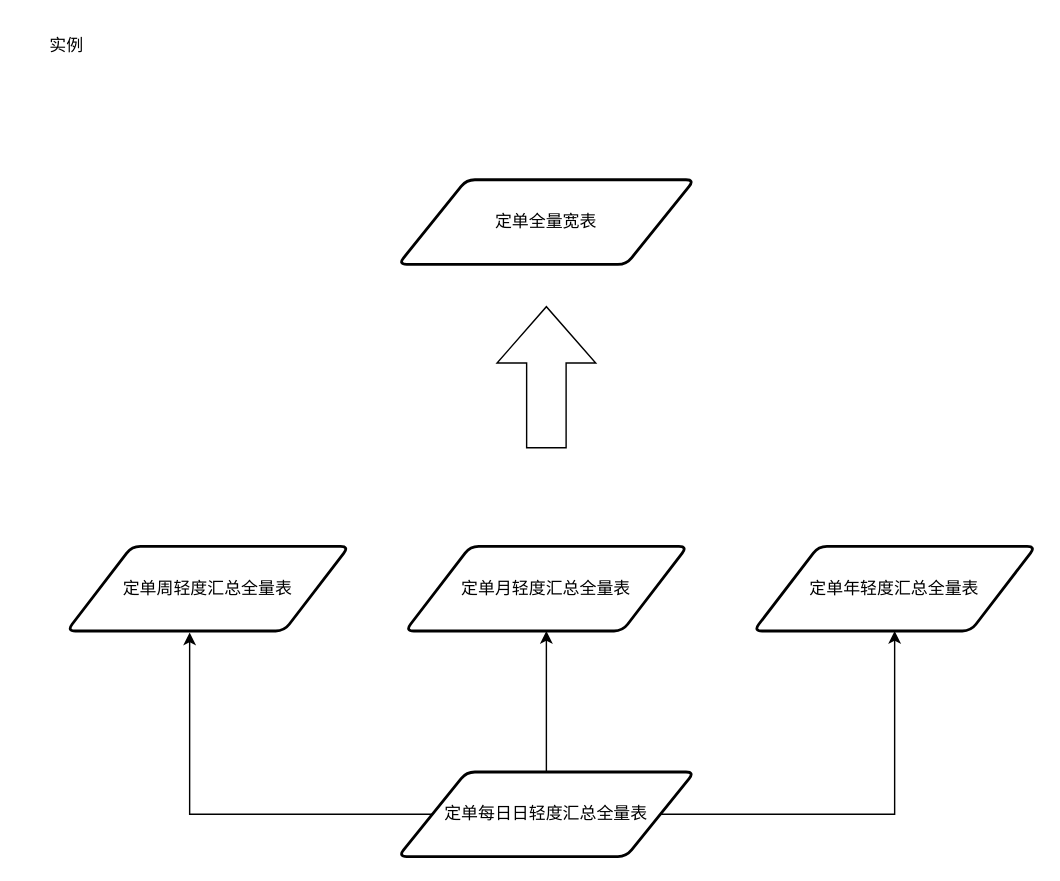
Before: 历史数据回补调度改造方案.drawio in maeleven/diagrams.net, a draw.io diagram. Source tidied: cells renumbered, new cells numbered last; positions are measured from the earlier drawing's top-left corner, leaving out a move shared by most shapes. Both pictures are drawn from the tidied source at 141%, with x=0, y=0 at pixel (24, 24).
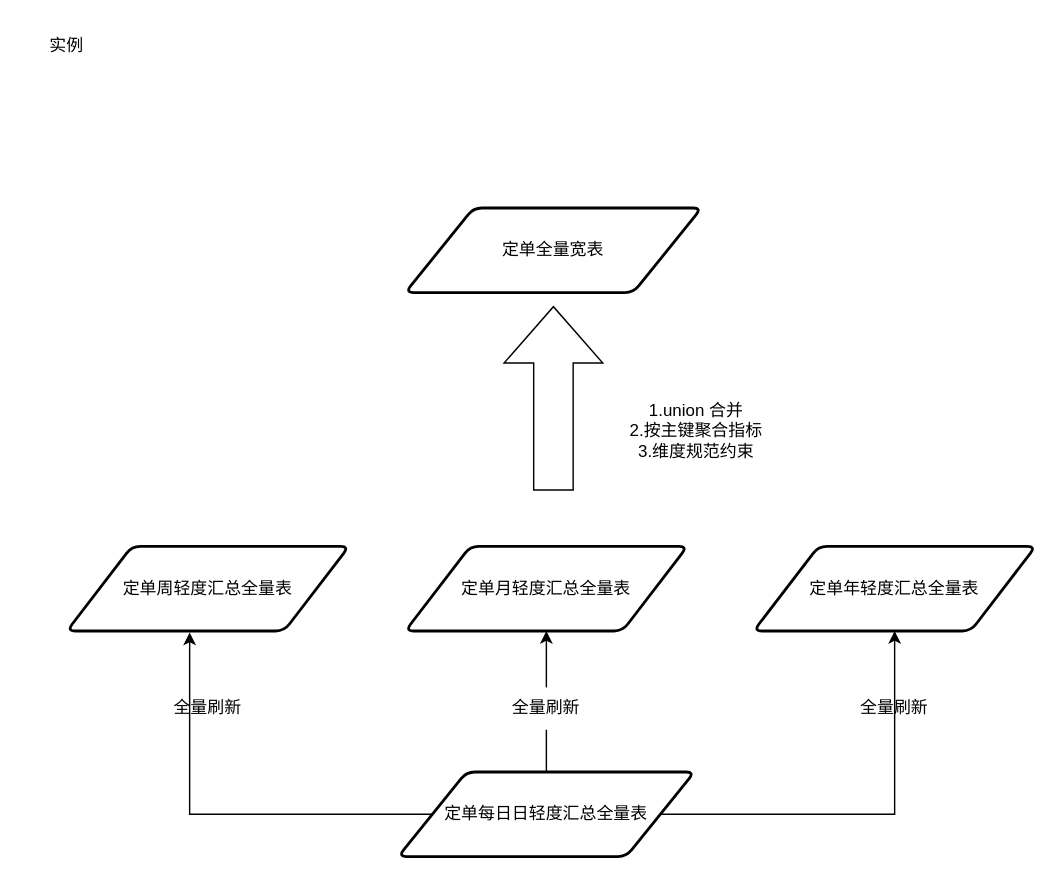
The same page after the edit.

Commit message:
更新历史数据回补调度改造方案.drawio

The edit, as a diff of the source:
```diff
@@
 <mxGraphModel>
   <root>
     <mxCell id="0" />
     <mxCell id="1" parent="0" />
     <mxCell id="2" style="edgeStyle=orthogonalEdgeStyle;rounded=0;jettySize=auto;html=1;entryX=0.435;entryY=1.017;entryDx=0;entryDy=0;entryPerimeter=0;" parent="1" edge="1" source="5" target="7">
       <mxGeometry relative="1" as="geometry" />
     </mxCell>
-    <mxCell id="3" style="edgeStyle=orthogonalEdgeStyle;rounded=0;jettySize=auto;html=1;" parent="1" edge="1" source="5" target="8">
+    <mxCell id="3" style="edgeStyle=orthogonalEdgeStyle;rounded=0;jettySize=auto;html=1;startArrow=none;" parent="1" edge="1" source="13" target="8">
       <mxGeometry relative="1" as="geometry" />
     </mxCell>
     <mxCell id="4" style="edgeStyle=orthogonalEdgeStyle;rounded=0;jettySize=auto;html=1;entryX=0.5;entryY=1;entryDx=0;entryDy=0;" parent="1" edge="1" source="5" target="9">
       <mxGeometry relative="1" as="geometry" />
     </mxCell>
     <mxCell id="5" value="定单每日日轻度汇总全量表" style="shape=parallelogram;html=1;strokeWidth=2;perimeter=parallelogramPerimeter;whiteSpace=wrap;rounded=1;arcSize=12;size=0.23;" parent="1" vertex="1">
       <mxGeometry x="265" y="530" width="210" height="60" as="geometry" />
     </mxCell>
     <mxCell id="6" value="实例" style="text;html=1;strokeColor=none;fillColor=none;align=center;verticalAlign=middle;whiteSpace=wrap;rounded=0;" parent="1" vertex="1">
       <mxGeometry width="60" height="30" as="geometry" />
     </mxCell>
     <mxCell id="7" value="定单周轻度汇总全量表" style="shape=parallelogram;html=1;strokeWidth=2;perimeter=parallelogramPerimeter;whiteSpace=wrap;rounded=1;arcSize=12;size=0.23;" parent="1" vertex="1">
       <mxGeometry x="30" y="370" width="200" height="60" as="geometry" />
     </mxCell>
     <mxCell id="8" value="定单月轻度汇总全量表" style="shape=parallelogram;html=1;strokeWidth=2;perimeter=parallelogramPerimeter;whiteSpace=wrap;rounded=1;arcSize=12;size=0.23;" parent="1" vertex="1">
       <mxGeometry x="270" y="370" width="200" height="60" as="geometry" />
     </mxCell>
     <mxCell id="9" value="定单年轻度汇总全量表" style="shape=parallelogram;html=1;strokeWidth=2;perimeter=parallelogramPerimeter;whiteSpace=wrap;rounded=1;arcSize=12;size=0.23;" parent="1" vertex="1">
       <mxGeometry x="517" y="370" width="200" height="60" as="geometry" />
     </mxCell>
     <mxCell id="10" value="定单全量宽表" style="shape=parallelogram;html=1;strokeWidth=2;perimeter=parallelogramPerimeter;whiteSpace=wrap;rounded=1;arcSize=12;size=0.23;" parent="1" vertex="1">
-      <mxGeometry x="265" y="110" width="210" height="60" as="geometry" />
+      <mxGeometry x="270" y="130" width="210" height="60" as="geometry" />
     </mxCell>
     <mxCell id="11" style="html=1;shadow=0;dashed=0;align=center;verticalAlign=middle;shape=mxgraph.arrows2.arrow;dy=0.6;dx=40;direction=north;notch=0;" parent="1" vertex="1">
-      <mxGeometry x="335" y="200" width="70" height="100" as="geometry" />
+      <mxGeometry x="340" y="200" width="70" height="130" as="geometry" />
     </mxCell>
+    <mxCell id="12" value="全量刷新" style="text;html=1;strokeColor=none;fillColor=none;align=center;verticalAlign=middle;whiteSpace=wrap;rounded=0;" parent="1" vertex="1">
+      <mxGeometry x="100" y="470" width="60" height="30" as="geometry" />
+    </mxCell>
+    <mxCell id="13" value="全量刷新" style="text;html=1;strokeColor=none;fillColor=none;align=center;verticalAlign=middle;whiteSpace=wrap;rounded=0;" parent="1" vertex="1">
+      <mxGeometry x="340" y="470" width="60" height="30" as="geometry" />
+    </mxCell>
+    <mxCell id="14" style="edgeStyle=orthogonalEdgeStyle;rounded=0;jettySize=auto;html=1;endArrow=none;" parent="1" edge="1" source="5" target="13">
+      <mxGeometry relative="1" as="geometry" />
+    </mxCell>
+    <mxCell id="15" value="全量刷新" style="text;html=1;strokeColor=none;fillColor=none;align=center;verticalAlign=middle;whiteSpace=wrap;rounded=0;" parent="1" vertex="1">
+      <mxGeometry x="587" y="470" width="60" height="30" as="geometry" />
+    </mxCell>
+    <mxCell id="16" value="1.union 合并&lt;br&gt;2.按主键聚合指标&lt;br&gt;3.维度规范约束" style="text;html=1;strokeColor=none;fillColor=none;align=center;verticalAlign=middle;whiteSpace=wrap;rounded=0;" parent="1" vertex="1">
+      <mxGeometry x="390" y="260" width="173" height="55" as="geometry" />
+    </mxCell>
   </root>
 </mxGraphModel>
```
